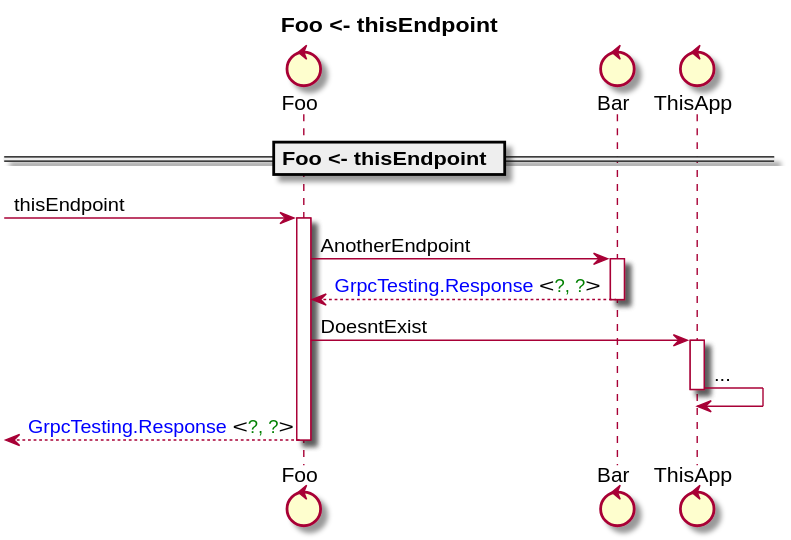
The PlantUML diagram docs/Standard/thisEndpoint.svg in anz-bank/sysl-catalog, before a commit. The source it was exported from:
```plantuml
@startuml


control "Foo" as _0
control "Bar" as _1
control "ThisApp" as _2
skinparam maxMessageSize 250
title Foo <- thisEndpoint
== Foo <- thisEndpoint ==
[->_0 : thisEndpoint
activate _0
 _0->_1 : AnotherEndpoint
 activate _1
 _0<--_1 : <color blue>GrpcTesting.Response</color> <<color green>?, ?</color>>
 deactivate _1
 _0->_2 : DoesntExist
 activate _2
 _2 -> _2 : ...
 deactivate _2
[<--_0 : <color blue>GrpcTesting.Response</color> <<color green>?, ?</color>>
deactivate _0
@enduml
```
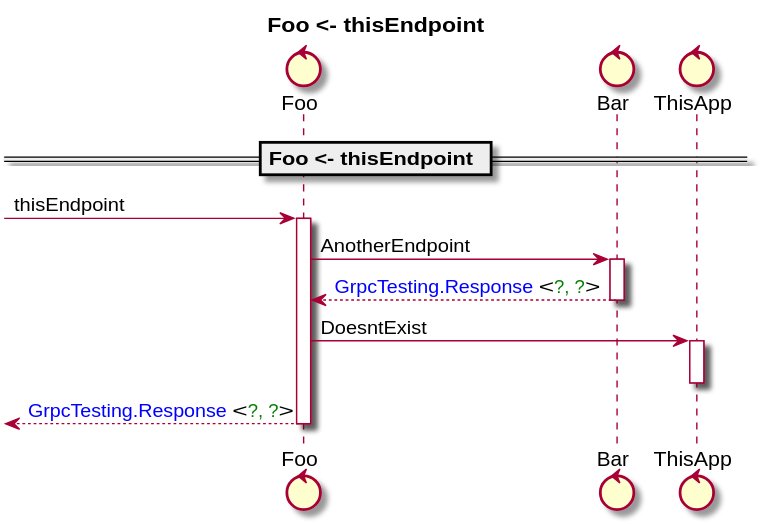
Later version of the same file.

What changed in the source:
```diff
@@ -15,7 +15,6 @@
  deactivate _1
  _0->_2 : DoesntExist
  activate _2
- _2 -> _2 : ...
  deactivate _2
 [<--_0 : <color blue>GrpcTesting.Response</color> <<color green>?, ?</color>>
 deactivate _0
```
